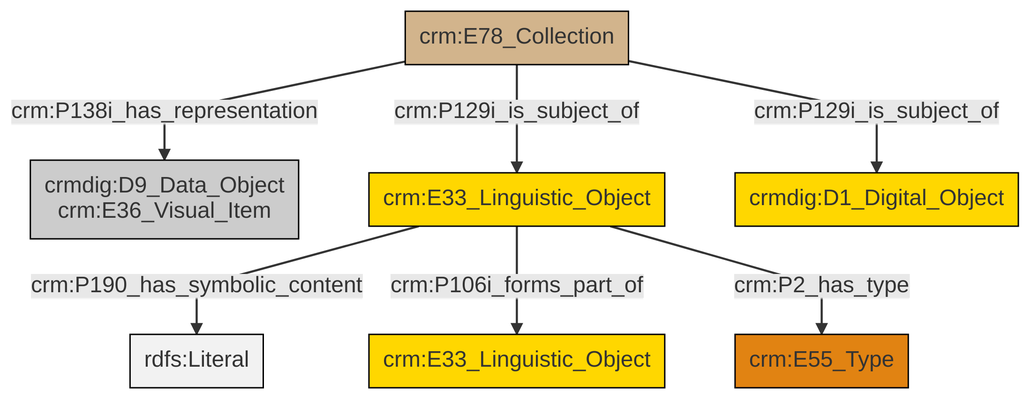
Above: et/archivalCSV/ttl/mmd/png/archival_docs.png in swiss-art-research-net/docs.swissartresearch (Mermaid), before the change. Its source is kept beside it as et/archivalCSV/ttl/mmd/archival_docs.ttl.mmd.
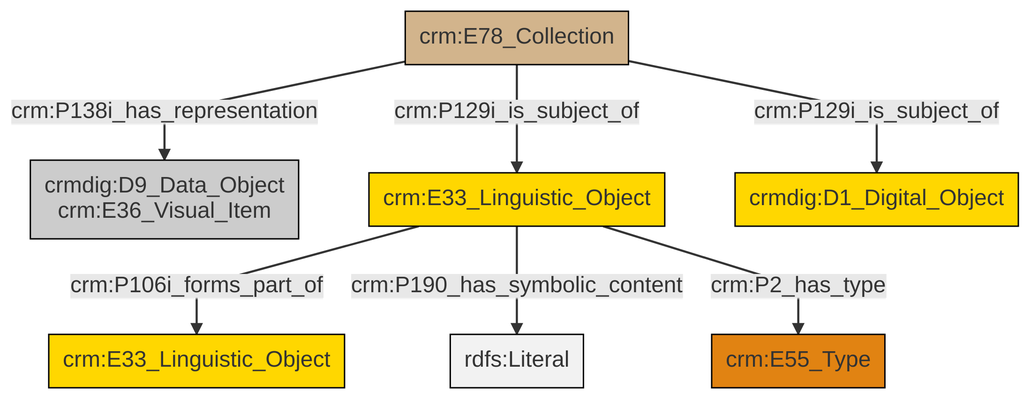
The same diagram one commit later.

Change to the diagram source:
```diff
@@ -13,9 +13,9 @@
 classDef PC_Classes fill:#4ce600, stroke:#000000;
 classDef Multi fill:#cccccc,stroke:#000000;
 
-2["crm:E33_Linguistic_Object"]:::Conceptual_Object -->|crm:P190_has_symbolic_content| 3[rdfs:Literal]:::Literal
-4["crm:E78_Collection"]:::Physical_Thing -->|crm:P129i_is_subject_of| 5["crmdig:D1_Digital_Object"]:::Conceptual_Object
-2["crm:E33_Linguistic_Object"]:::Conceptual_Object -->|crm:P106i_forms_part_of| 6["crm:E33_Linguistic_Object"]:::Conceptual_Object
-4["crm:E78_Collection"]:::Physical_Thing -->|crm:P138i_has_representation| 0["crmdig:D9_Data_Object<br>crm:E36_Visual_Item"]:::Multi
-2["crm:E33_Linguistic_Object"]:::Conceptual_Object -->|crm:P2_has_type| 8["crm:E55_Type"]:::Type
-4["crm:E78_Collection"]:::Physical_Thing -->|crm:P129i_is_subject_of| 2["crm:E33_Linguistic_Object"]:::Conceptual_Object
+2["crm:E33_Linguistic_Object"]:::Conceptual_Object -->|crm:P106i_forms_part_of| 3["crm:E33_Linguistic_Object"]:::Conceptual_Object
+2["crm:E33_Linguistic_Object"]:::Conceptual_Object -->|crm:P190_has_symbolic_content| 4[rdfs:Literal]:::Literal
+5["crm:E78_Collection"]:::Physical_Thing -->|crm:P129i_is_subject_of| 6["crmdig:D1_Digital_Object"]:::Conceptual_Object
+2["crm:E33_Linguistic_Object"]:::Conceptual_Object -->|crm:P2_has_type| 7["crm:E55_Type"]:::Type
+5["crm:E78_Collection"]:::Physical_Thing -->|crm:P138i_has_representation| 0["crmdig:D9_Data_Object<br>crm:E36_Visual_Item"]:::Multi
+5["crm:E78_Collection"]:::Physical_Thing -->|crm:P129i_is_subject_of| 2["crm:E33_Linguistic_Object"]:::Conceptual_Object
```
